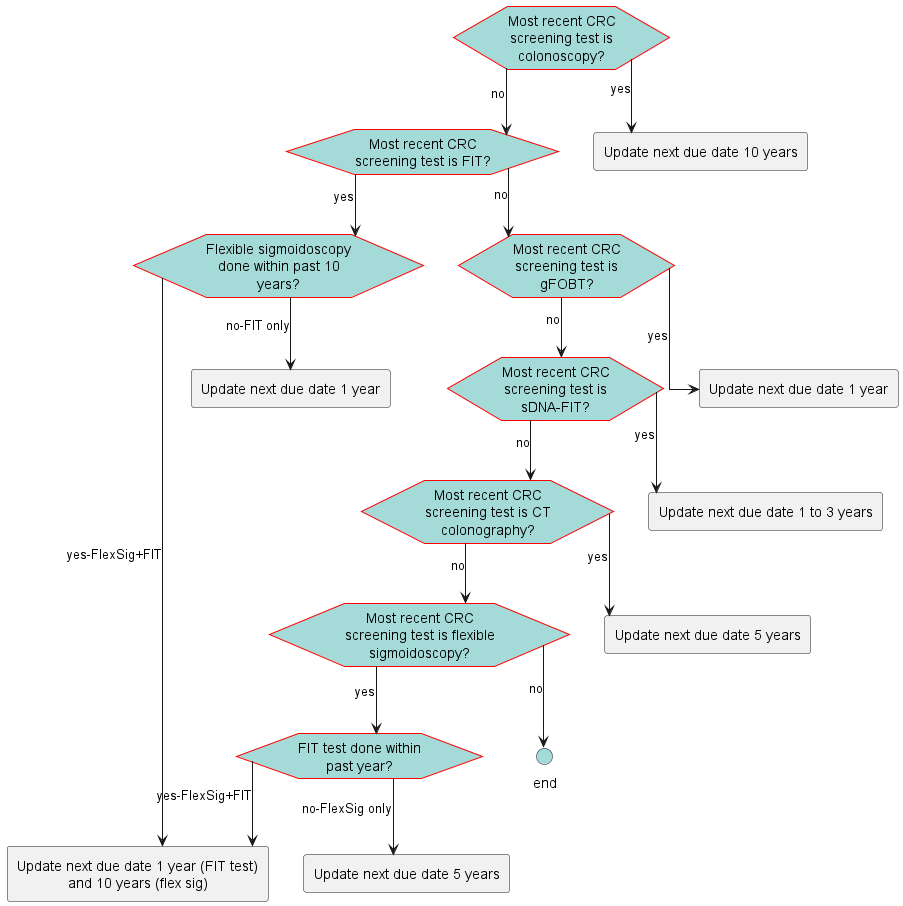
This is images/flow-DetermineNextDueDate.png from ccsm-cds-tools/CDC-Colorectal-Cancer-Screening-CDS-L2, a PlantUML export, as it was before one commit.
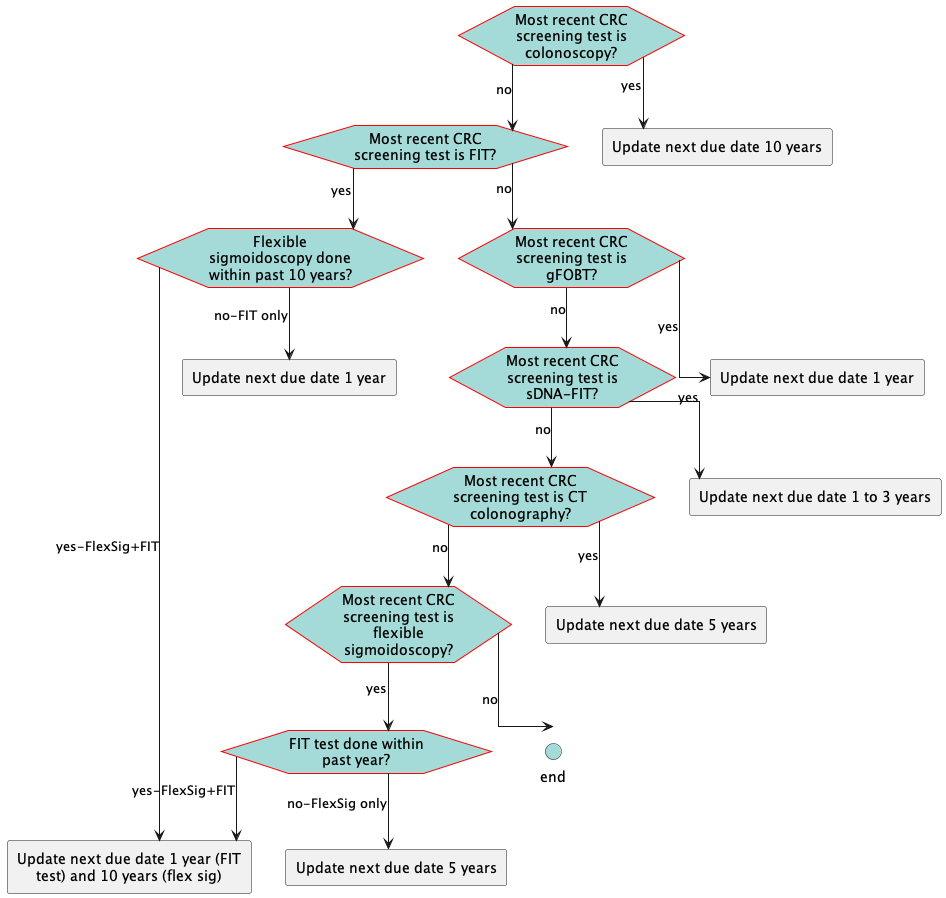
After the change.

Diff of the diagram source:
```diff
@@ -17,7 +17,7 @@
     BackGroundColor: #A4DBD8
 }
 </style>
-hexagon "Most recent CRC screening test is colonoscopy?" as eve_lastTestColonoscopy [[#eve-lastTestColonoscopy]]
+hexagon "Most recent CRC screening test is colonoscopy?" as eve_lastTestColonoscopyAvg [[#eve-lastTestColonoscopyAvg]]
 hexagon "Most recent CRC screening test is FIT?" as eve_lastTestFIT  [[#eve-lastTestFIT ]]
 hexagon "Flexible sigmoidoscopy done within past 10 years?" as eve_flexSigWithin10Years [[#eve-flexSigWithin10Years]]
 hexagon "Most recent CRC screening test is gFOBT?" as eve_lastTestgFOBT  [[#eve-lastTestgFOBT ]]
@@ -33,8 +33,8 @@
 rectangle "Update next due date 5 years" as act_CTColonographyEvery5 [[#act-CTColonographyEvery5]]
 rectangle "Update next due date 5 years" as act_FlexSigEvery5 [[#act-FlexSigEvery5]]
 circle "end" as end_1 <<end>>
-eve_lastTestColonoscopy-->act_ColonoscopyEvery10: yes
-eve_lastTestColonoscopy-->eve_lastTestFIT : no
+eve_lastTestColonoscopyAvg-->act_ColonoscopyEvery10: yes
+eve_lastTestColonoscopyAvg-->eve_lastTestFIT : no
 eve_lastTestFIT -->eve_flexSigWithin10Years: yes
 eve_flexSigWithin10Years-->act_FlexSigFIT: yes-FlexSig+FIT
 eve_flexSigWithin10Years-->act_FitEveryYear: no-FIT only
```
